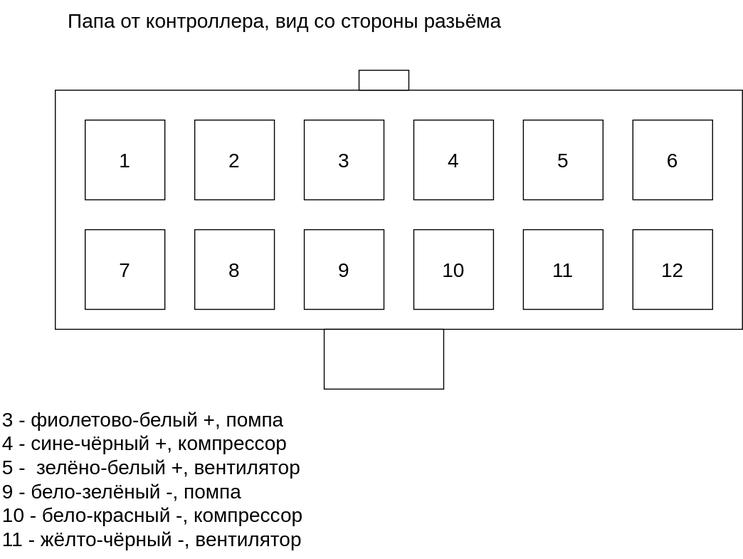
Above: connector_scheme.drawio.svg in kak-tus/compressor (draw.io), before the change. Source tidied: cells renumbered, new cells last; positions are measured from the earlier drawing's top-left corner, leaving out a move shared by most shapes.
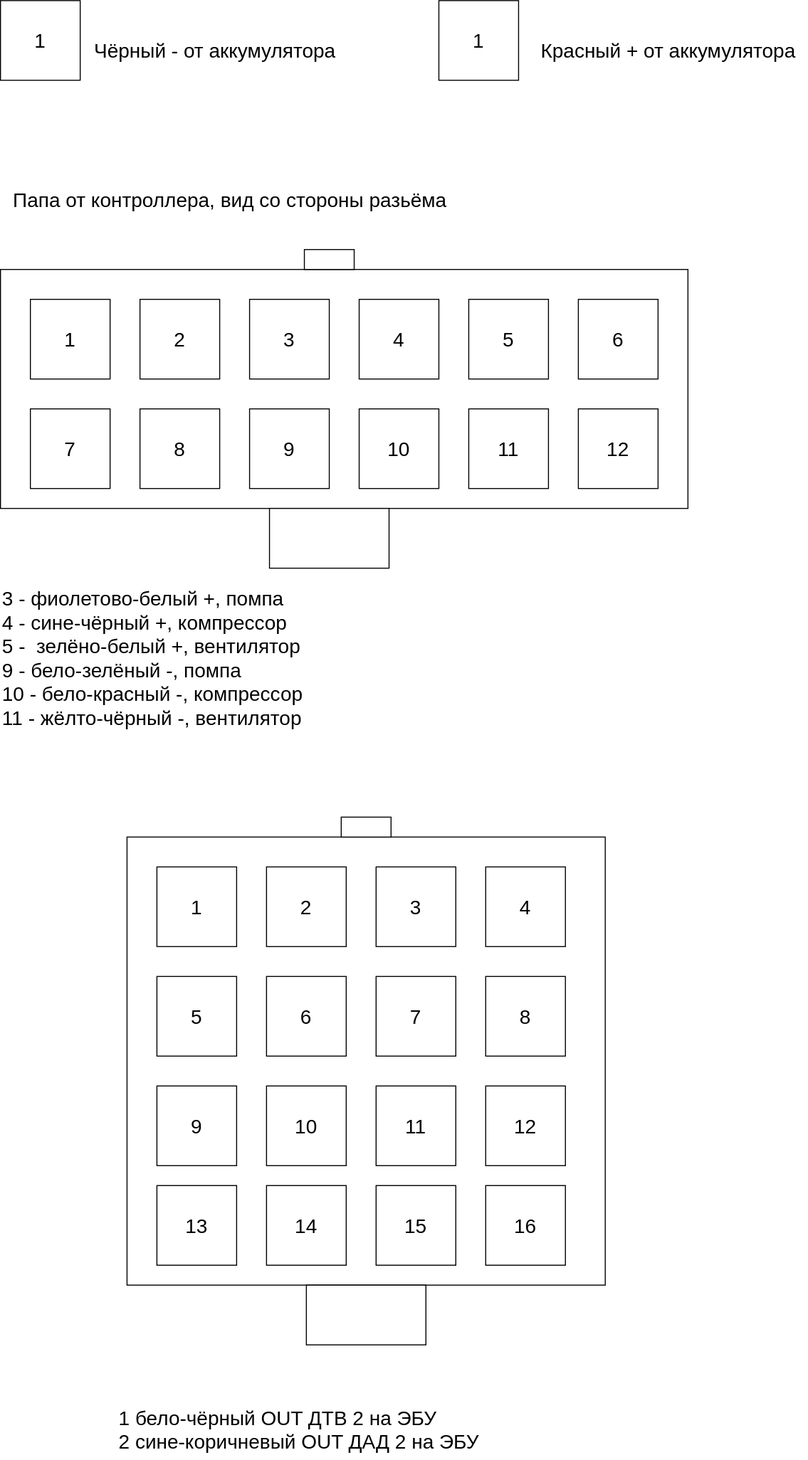
Later version of the same file.

Commit message:
More colors and connections.

Change to the diagram source:
```diff
@@ -51,7 +51,79 @@
       <mxGeometry x="55" width="460" height="40" as="geometry" />
     </mxCell>
     <mxCell id="18" value="3 - фиолетово-белый +, помпа&lt;br&gt;4 - сине-чёрный +, компрессор&lt;br&gt;5 -&amp;nbsp; зелёно-белый +, вентилятор&lt;br&gt;9 - бело-зелёный -, помпа&lt;br&gt;10 - бело-красный -, компрессор&lt;br&gt;11 - жёлто-чёрный -, вентилятор" style="text;html=1;align=left;verticalAlign=middle;strokeColor=none;fillColor=none;fontSize=20;" parent="1" vertex="1">
-      <mxGeometry y="400" width="330" height="160" as="geometry" />
+      <mxGeometry x="55" y="400" width="330" height="160" as="geometry" />
     </mxCell>
+    <mxCell id="19" style="rounded=0;whiteSpace=wrap;html=1;fontSize=20;" parent="1" vertex="1">
+      <mxGeometry x="182" y="660" width="480" height="450" as="geometry" />
+    </mxCell>
+    <mxCell id="20" style="rounded=0;whiteSpace=wrap;html=1;fontSize=20;" parent="1" vertex="1">
+      <mxGeometry x="362" y="1110" width="120" height="60" as="geometry" />
+    </mxCell>
+    <mxCell id="21" style="rounded=0;whiteSpace=wrap;html=1;fontSize=20;" parent="1" vertex="1">
+      <mxGeometry x="397" y="640" width="50" height="20" as="geometry" />
+    </mxCell>
+    <mxCell id="22" value="5" style="whiteSpace=wrap;html=1;fontSize=20;" parent="1" vertex="1">
+      <mxGeometry x="212" y="800" width="80" height="80" as="geometry" />
+    </mxCell>
+    <mxCell id="23" value="6" style="whiteSpace=wrap;html=1;fontSize=20;" parent="1" vertex="1">
+      <mxGeometry x="322" y="800" width="80" height="80" as="geometry" />
+    </mxCell>
+    <mxCell id="24" value="7" style="whiteSpace=wrap;html=1;fontSize=20;" parent="1" vertex="1">
+      <mxGeometry x="432" y="800" width="80" height="80" as="geometry" />
+    </mxCell>
+    <mxCell id="25" value="8" style="whiteSpace=wrap;html=1;fontSize=20;" parent="1" vertex="1">
+      <mxGeometry x="542" y="800" width="80" height="80" as="geometry" />
+    </mxCell>
+    <mxCell id="26" value="1" style="whiteSpace=wrap;html=1;fontSize=20;" parent="1" vertex="1">
+      <mxGeometry x="212" y="690" width="80" height="80" as="geometry" />
+    </mxCell>
+    <mxCell id="27" value="2" style="whiteSpace=wrap;html=1;fontSize=20;" parent="1" vertex="1">
+      <mxGeometry x="322" y="690" width="80" height="80" as="geometry" />
+    </mxCell>
+    <mxCell id="28" value="3" style="whiteSpace=wrap;html=1;fontSize=20;" parent="1" vertex="1">
+      <mxGeometry x="432" y="690" width="80" height="80" as="geometry" />
+    </mxCell>
+    <mxCell id="29" value="4" style="whiteSpace=wrap;html=1;fontSize=20;" parent="1" vertex="1">
+      <mxGeometry x="542" y="690" width="80" height="80" as="geometry" />
+    </mxCell>
+    <mxCell id="30" value="9" style="whiteSpace=wrap;html=1;fontSize=20;" parent="1" vertex="1">
+      <mxGeometry x="212" y="910" width="80" height="80" as="geometry" />
+    </mxCell>
+    <mxCell id="31" value="10" style="whiteSpace=wrap;html=1;fontSize=20;" parent="1" vertex="1">
+      <mxGeometry x="322" y="910" width="80" height="80" as="geometry" />
+    </mxCell>
+    <mxCell id="32" value="11" style="whiteSpace=wrap;html=1;fontSize=20;" parent="1" vertex="1">
+      <mxGeometry x="432" y="910" width="80" height="80" as="geometry" />
+    </mxCell>
+    <mxCell id="33" value="12" style="whiteSpace=wrap;html=1;fontSize=20;" parent="1" vertex="1">
+      <mxGeometry x="542" y="910" width="80" height="80" as="geometry" />
+    </mxCell>
+    <mxCell id="34" value="16" style="whiteSpace=wrap;html=1;fontSize=20;" parent="1" vertex="1">
+      <mxGeometry x="542" y="1010" width="80" height="80" as="geometry" />
+    </mxCell>
+    <mxCell id="35" value="15" style="whiteSpace=wrap;html=1;fontSize=20;" parent="1" vertex="1">
+      <mxGeometry x="432" y="1010" width="80" height="80" as="geometry" />
+    </mxCell>
+    <mxCell id="36" value="14" style="whiteSpace=wrap;html=1;fontSize=20;" parent="1" vertex="1">
+      <mxGeometry x="322" y="1010" width="80" height="80" as="geometry" />
+    </mxCell>
+    <mxCell id="37" value="13" style="whiteSpace=wrap;html=1;fontSize=20;" parent="1" vertex="1">
+      <mxGeometry x="212" y="1010" width="80" height="80" as="geometry" />
+    </mxCell>
+    <mxCell id="38" value="1" style="whiteSpace=wrap;html=1;fontSize=20;" parent="1" vertex="1">
+      <mxGeometry x="55" y="-180" width="80" height="80" as="geometry" />
+    </mxCell>
+    <mxCell id="39" value="1" style="whiteSpace=wrap;html=1;fontSize=20;" parent="1" vertex="1">
+      <mxGeometry x="495" y="-180" width="80" height="80" as="geometry" />
+    </mxCell>
+    <mxCell id="40" value="Красный + от аккумулятора" style="text;html=1;align=center;verticalAlign=middle;strokeColor=none;fillColor=none;fontSize=20;" parent="1" vertex="1">
+      <mxGeometry x="585" y="-150" width="280" height="40" as="geometry" />
+    </mxCell>
+    <mxCell id="41" value="Чёрный - от аккумулятора" style="text;html=1;align=center;verticalAlign=middle;strokeColor=none;fillColor=none;fontSize=20;" parent="1" vertex="1">
+      <mxGeometry x="135" y="-150" width="270" height="40" as="geometry" />
+    </mxCell>
+    <mxCell id="42" value="1 бело-чёрный OUT ДТВ 2 на ЭБУ&lt;br&gt;&lt;div style=&quot;&quot;&gt;&lt;span style=&quot;background-color: initial;&quot;&gt;2 сине-коричневый OUT ДАД 2 на ЭБУ&lt;/span&gt;&lt;/div&gt;" style="text;html=1;align=left;verticalAlign=middle;strokeColor=none;fillColor=none;fontSize=20;fontFamily=Helvetica;fontColor=default;" parent="1" vertex="1">
+      <mxGeometry x="172" y="1225" width="390" height="60" as="geometry" />
+    </mxCell>
   </root>
 </mxGraphModel>
```
